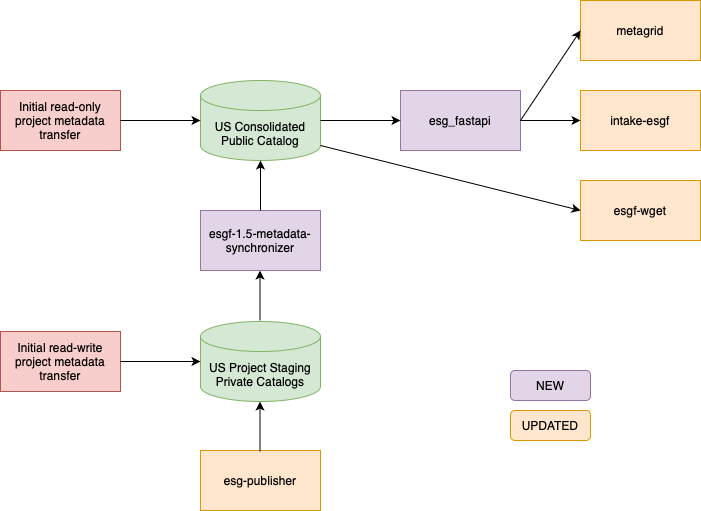
esgf2-us/esgf-1.5-design keeps this draw.io diagram as diagrams/ESGF-1.5 Design.drawio.png. Above is the earlier version. Source tidied: cells renumbered, new cells last; positions are measured from the earlier drawing's top-left corner, leaving out a move shared by most shapes.
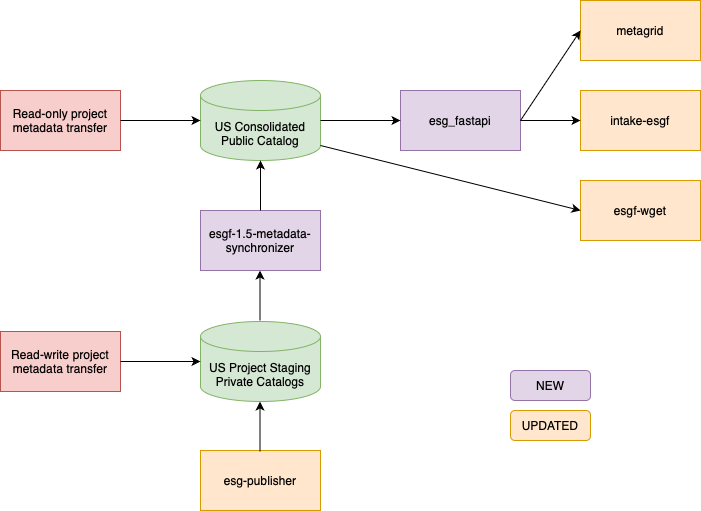
The same diagram one commit later.

Diff of the diagram source:
```diff
@@ -32,13 +32,13 @@
     <mxCell id="11" style="endArrow=classic;html=1;rounded=0;entryX=0;entryY=0.5;entryDx=0;entryDy=0;exitX=1;exitY=1;exitDx=0;exitDy=-15;exitPerimeter=0;" parent="1" edge="1" source="2" target="10">
       <mxGeometry relative="1" as="geometry" />
     </mxCell>
-    <mxCell id="12" value="Initial read-only project metadata transfer" style="rounded=0;whiteSpace=wrap;html=1;fillColor=#f8cecc;strokeColor=#b85450;" parent="1" vertex="1">
+    <mxCell id="12" value="Read-only project metadata transfer" style="rounded=0;whiteSpace=wrap;html=1;fillColor=#f8cecc;strokeColor=#b85450;" parent="1" vertex="1">
       <mxGeometry y="90" width="120" height="60" as="geometry" />
     </mxCell>
     <mxCell id="13" style="endArrow=classic;html=1;rounded=0;exitX=1;exitY=0.5;exitDx=0;exitDy=0;entryX=0;entryY=0.5;entryDx=0;entryDy=0;entryPerimeter=0;" parent="1" edge="1" source="12" target="2">
       <mxGeometry relative="1" as="geometry" />
     </mxCell>
-    <mxCell id="14" value="Initial read-write project metadata transfer" style="rounded=0;whiteSpace=wrap;html=1;fillColor=#f8cecc;strokeColor=#b85450;" parent="1" vertex="1">
+    <mxCell id="14" value="Read-write project metadata transfer" style="rounded=0;whiteSpace=wrap;html=1;fillColor=#f8cecc;strokeColor=#b85450;" parent="1" vertex="1">
       <mxGeometry y="331" width="120" height="60" as="geometry" />
     </mxCell>
     <mxCell id="15" style="endArrow=classic;html=1;rounded=0;exitX=1;exitY=0.5;exitDx=0;exitDy=0;entryX=0;entryY=0.5;entryDx=0;entryDy=0;entryPerimeter=0;" parent="1" edge="1" source="14" target="3">
```
